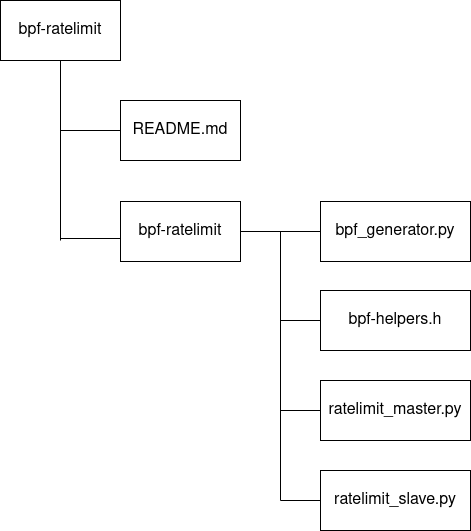
Earlier version of the draw.io export images/folder_structure.png (EarlPitts/bsc-thesis). Source tidied: cells renumbered, new cells last; positions are measured from the earlier drawing's top-left corner, leaving out a move shared by most shapes.
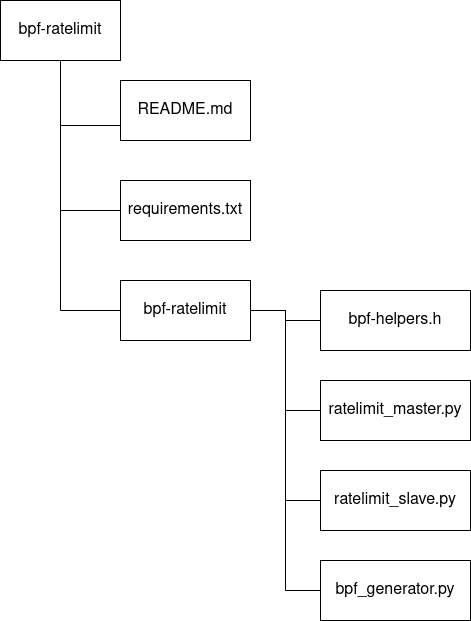
The same file after the commit.

Commit message:
Update folder structure.

Change to the diagram source:
```diff
@@ -2,21 +2,20 @@
   <root>
     <mxCell id="0" />
     <mxCell id="1" parent="0" />
+    <mxCell id="16" style="edgeStyle=orthogonalEdgeStyle;rounded=0;jettySize=auto;html=1;entryX=0;entryY=0.75;entryDx=0;entryDy=0;endArrow=none;endFill=0;fontSize=16;" parent="1" edge="1" source="2" target="5">
+      <mxGeometry relative="1" as="geometry" />
+    </mxCell>
+    <mxCell id="17" style="edgeStyle=orthogonalEdgeStyle;rounded=0;jettySize=auto;html=1;entryX=0;entryY=0.5;entryDx=0;entryDy=0;endArrow=none;endFill=0;fontSize=16;" parent="1" edge="1" source="2" target="10">
+      <mxGeometry relative="1" as="geometry" />
+    </mxCell>
+    <mxCell id="18" style="edgeStyle=orthogonalEdgeStyle;rounded=0;jettySize=auto;html=1;entryX=0;entryY=0.5;entryDx=0;entryDy=0;endArrow=none;endFill=0;fontSize=16;" parent="1" edge="1" source="2" target="19">
+      <mxGeometry relative="1" as="geometry" />
+    </mxCell>
     <mxCell id="2" value="&lt;font style=&quot;font-size: 16px;&quot;&gt;bpf-ratelimit&lt;/font&gt;" style="rounded=0;whiteSpace=wrap;html=1;fontSize=16;" parent="1" vertex="1">
       <mxGeometry width="120" height="60" as="geometry" />
     </mxCell>
-    <mxCell id="3" style="endArrow=none;html=1;entryX=0.5;entryY=1;entryDx=0;entryDy=0;" parent="1" edge="1" target="2">
-      <mxGeometry relative="1" as="geometry">
-        <mxPoint x="60" y="240" as="sourcePoint" />
-      </mxGeometry>
-    </mxCell>
-    <mxCell id="4" style="endArrow=none;html=1;" parent="1" edge="1" target="5">
-      <mxGeometry relative="1" as="geometry">
-        <mxPoint x="60" y="130" as="sourcePoint" />
-      </mxGeometry>
-    </mxCell>
     <mxCell id="5" value="README.md" style="rounded=0;whiteSpace=wrap;html=1;fontSize=16;" parent="1" vertex="1">
-      <mxGeometry x="120" y="100" width="120" height="60" as="geometry" />
+      <mxGeometry x="120" y="80" width="130" height="60" as="geometry" />
     </mxCell>
     <mxCell id="6" style="edgeStyle=orthogonalEdgeStyle;rounded=0;jettySize=auto;html=1;exitX=1;exitY=0.5;exitDx=0;exitDy=0;entryX=0;entryY=0.5;entryDx=0;entryDy=0;fontSize=16;endArrow=none;endFill=0;" parent="1" edge="1" source="10" target="13">
       <mxGeometry relative="1" as="geometry" />
@@ -31,10 +30,10 @@
       <mxGeometry relative="1" as="geometry" />
     </mxCell>
     <mxCell id="10" value="bpf-ratelimit" style="rounded=0;whiteSpace=wrap;html=1;fontSize=16;" parent="1" vertex="1">
-      <mxGeometry x="120" y="201" width="120" height="60" as="geometry" />
+      <mxGeometry x="120" y="280" width="130" height="60" as="geometry" />
     </mxCell>
     <mxCell id="11" value="bpf_generator.py" style="rounded=0;whiteSpace=wrap;html=1;fontSize=16;" parent="1" vertex="1">
-      <mxGeometry x="320" y="201" width="150" height="60" as="geometry" />
+      <mxGeometry x="320" y="560" width="150" height="60" as="geometry" />
     </mxCell>
     <mxCell id="12" value="&lt;div style=&quot;font-size: 16px;&quot;&gt;ratelimit_slave.py&lt;/div&gt;" style="rounded=0;whiteSpace=wrap;html=1;fontSize=16;" parent="1" vertex="1">
       <mxGeometry x="320" y="470" width="150" height="60" as="geometry" />
@@ -45,11 +44,8 @@
     <mxCell id="14" value="bpf-helpers.h" style="rounded=0;whiteSpace=wrap;html=1;fontSize=16;" parent="1" vertex="1">
       <mxGeometry x="320" y="290" width="150" height="60" as="geometry" />
     </mxCell>
-    <mxCell id="15" style="endArrow=none;html=1;" parent="1" edge="1">
-      <mxGeometry relative="1" as="geometry">
-        <mxPoint x="60" y="238" as="sourcePoint" />
-        <mxPoint x="120" y="238" as="targetPoint" />
-      </mxGeometry>
-    </mxCell>
+    <mxCell id="19" value="&lt;div&gt;requirements.txt&lt;/div&gt;" style="rounded=0;whiteSpace=wrap;html=1;fontSize=16;" parent="1" vertex="1">
+      <mxGeometry x="120" y="180" width="130" height="60" as="geometry" />
+    </mxCell>
   </root>
 </mxGraphModel>
```
